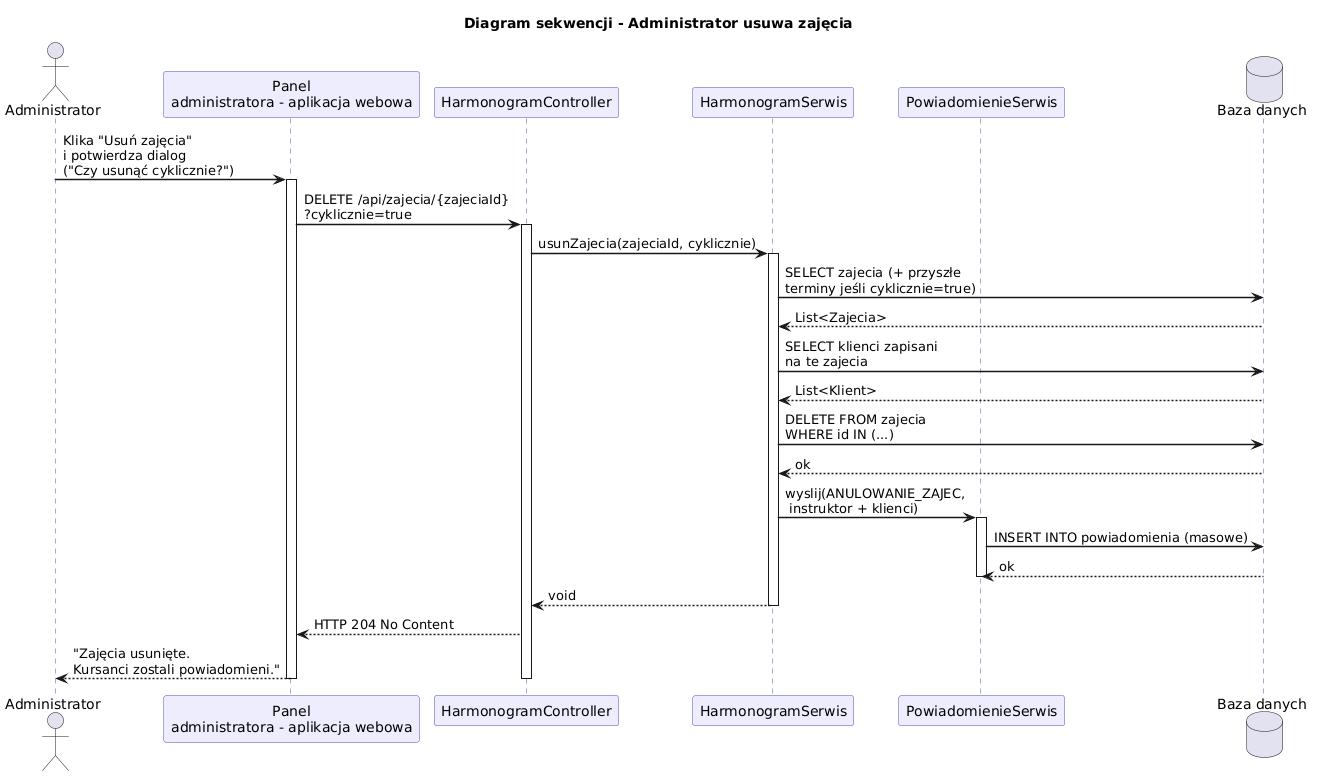
This is DiagramySekwencji/usuwanieZajecSekwencja.png from lukaszdeja/Delfinek, a PlantUML export, as it was before one commit.
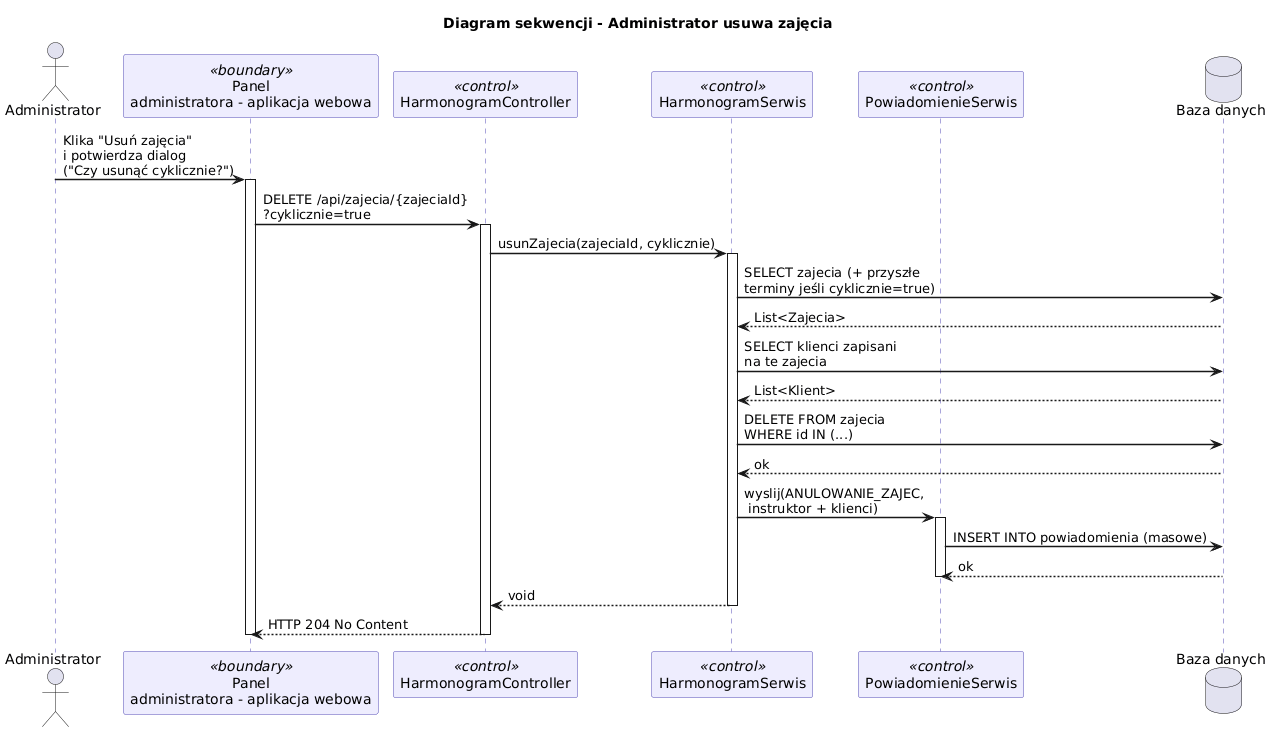
After the change.

What changed in the source:
```diff
@@ -7,10 +7,10 @@
 skinparam sequenceLifeLineBorderColor #534AB7
 
 actor Administrator as A
-participant "Panel\nadministratora - aplikacja webowa" as UI
-participant "HarmonogramController" as CTRL
-participant "HarmonogramSerwis" as HS
-participant "PowiadomienieSerwis" as PS
+participant "Panel\nadministratora - aplikacja webowa" as UI <<boundary>>
+participant "HarmonogramController" as CTRL <<control>>
+participant "HarmonogramSerwis" as HS <<control>>
+participant "PowiadomienieSerwis" as PS <<control>>
 database "Baza danych" as DB
 
 A -> UI : Klika "Usuń zajęcia"\ni potwierdza dialog\n("Czy usunąć cyklicznie?")
@@ -41,7 +41,6 @@
 deactivate HS
 
 CTRL --> UI : HTTP 204 No Content
-UI --> A : "Zajęcia usunięte.\nKursanci zostali powiadomieni."
 
 deactivate CTRL
 deactivate UI
```
